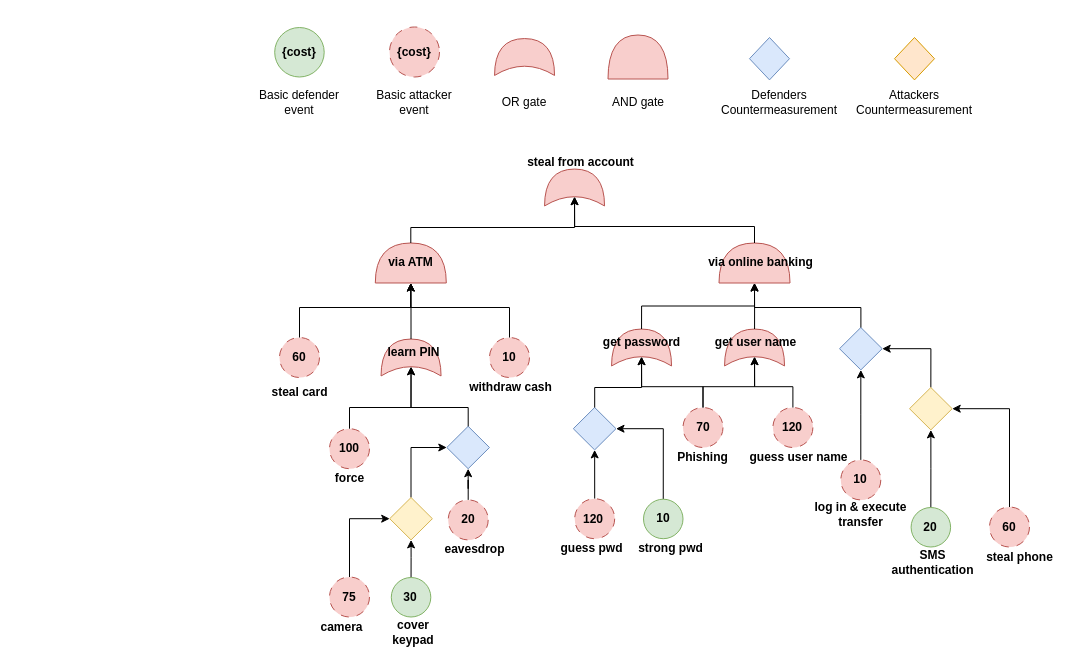
This is ComplexADT_Kordy.drawio from AplyQ8/SUBD, a draw.io file, before an edit. Source tidied: cells renumbered, new cells numbered last; positions are measured from the earlier drawing's top-left corner, leaving out a move shared by most shapes. Both pictures are drawn from the tidied source at 100%, with x=0, y=0 at pixel (237, 27).
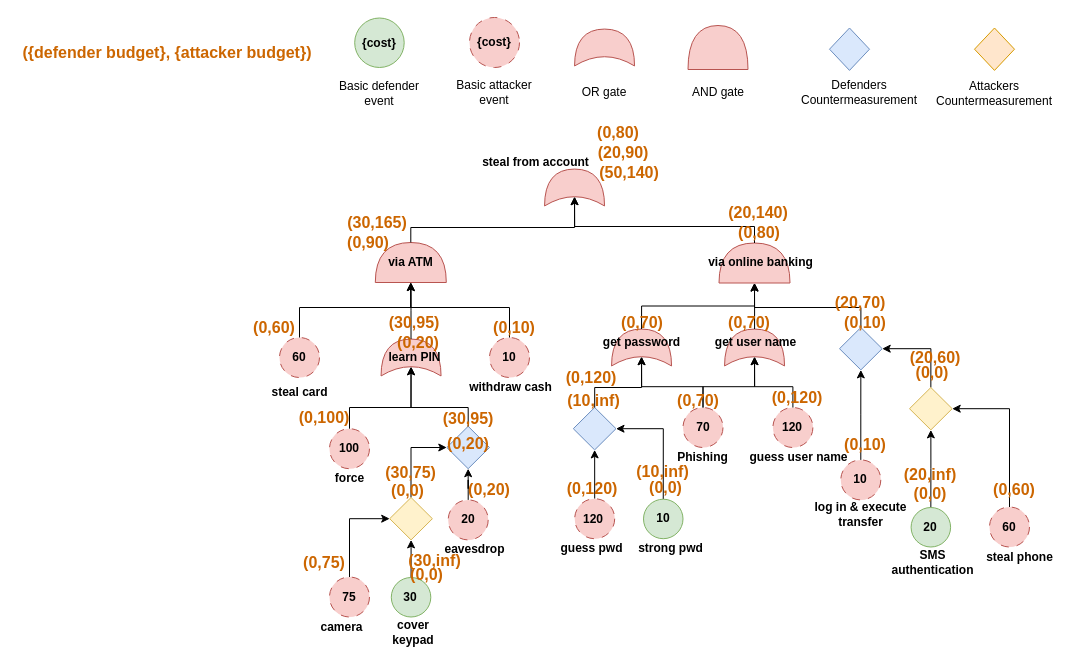
After the change.

What changed in the source:
```diff
@@
     <mxCell id="2" style="shape=or;whiteSpace=wrap;html=1;rotation=-90;fillColor=#f8cecc;strokeColor=#b85450;" parent="1" vertex="1">
-      <mxGeometry x="378.5" y="-0.5" width="44" height="60" as="geometry" />
+      <mxGeometry x="458.5" y="-10" width="44" height="60" as="geometry" />
     </mxCell>
     <mxCell id="3" style="shape=xor;whiteSpace=wrap;html=1;rotation=-90;fillColor=#f8cecc;strokeColor=#b85450;" parent="1" vertex="1">
-      <mxGeometry x="268.6" y="-0.5" width="36.9" height="60" as="geometry" />
+      <mxGeometry x="348.6" y="-10" width="36.9" height="60" as="geometry" />
     </mxCell>
     <mxCell id="4" style="ellipse;whiteSpace=wrap;html=1;fillColor=#f8cecc;strokeColor=#b85450;dashed=1;dashPattern=8 8;" parent="1" vertex="1">
-      <mxGeometry x="152" y="-0.5" width="50" height="50" as="geometry" />
+      <mxGeometry x="232" y="-10" width="50" height="50" as="geometry" />
     </mxCell>
     <mxCell id="5" value="Basic attacker event" style="text;html=1;align=center;verticalAlign=middle;whiteSpace=wrap;rounded=0;" parent="1" vertex="1">
-      <mxGeometry x="132" y="59.5" width="90" height="30" as="geometry" />
+      <mxGeometry x="212" y="50" width="90" height="30" as="geometry" />
     </mxCell>
     <mxCell id="6" value="OR gate" style="text;html=1;align=center;verticalAlign=middle;whiteSpace=wrap;rounded=0;" parent="1" vertex="1">
-      <mxGeometry x="242" y="59.5" width="90" height="30" as="geometry" />
+      <mxGeometry x="322" y="50" width="90" height="30" as="geometry" />
     </mxCell>
     <mxCell id="7" value="AND gate" style="text;html=1;align=center;verticalAlign=middle;whiteSpace=wrap;rounded=0;" parent="1" vertex="1">
-      <mxGeometry x="355.5" y="59.5" width="90" height="30" as="geometry" />
+      <mxGeometry x="435.5" y="50" width="90" height="30" as="geometry" />
     </mxCell>
     <mxCell id="8" style="rhombus;whiteSpace=wrap;html=1;fillColor=#dae8fc;strokeColor=#6c8ebf;" parent="1" vertex="1">
-      <mxGeometry x="512" y="10" width="40" height="42.4" as="geometry" />
+      <mxGeometry x="592" y="0.5" width="40" height="42.4" as="geometry" />
     </mxCell>
     <mxCell id="9" style="ellipse;whiteSpace=wrap;html=1;fillColor=#d5e8d4;strokeColor=#82b366;" parent="1" vertex="1">
-      <mxGeometry x="37.2" width="49.5" height="49.5" as="geometry" />
+      <mxGeometry x="117.2" y="-9.5" width="49.5" height="49.5" as="geometry" />
     </mxCell>
     <mxCell id="10" value="Basic defender event" style="text;html=1;align=center;verticalAlign=middle;whiteSpace=wrap;rounded=0;" parent="1" vertex="1">
-      <mxGeometry x="17" y="60" width="90" height="30" as="geometry" />
+      <mxGeometry x="97" y="50.5" width="90" height="30" as="geometry" />
     </mxCell>
     <mxCell id="11" value="Defenders Countermeasurement" style="text;html=1;align=center;verticalAlign=middle;whiteSpace=wrap;rounded=0;" parent="1" vertex="1">
-      <mxGeometry x="497" y="59.5" width="90" height="30" as="geometry" />
+      <mxGeometry x="577" y="50" width="90" height="30" as="geometry" />
     </mxCell>
@@
     <mxCell id="19" style="rhombus;whiteSpace=wrap;html=1;fillColor=#ffe6cc;strokeColor=#d79b00;" parent="1" vertex="1">
-      <mxGeometry x="657" y="10" width="40" height="42.4" as="geometry" />
+      <mxGeometry x="737" y="0.5" width="40" height="42.4" as="geometry" />
     </mxCell>
     <mxCell id="20" value="Attackers Countermeasurement" style="text;html=1;align=center;verticalAlign=middle;whiteSpace=wrap;rounded=0;" parent="1" vertex="1">
-      <mxGeometry x="632" y="60" width="90" height="30" as="geometry" />
+      <mxGeometry x="712" y="50.5" width="90" height="30" as="geometry" />
     </mxCell>
@@
     <mxCell id="30" style="shape=or;whiteSpace=wrap;html=1;rotation=-90;fillColor=#f8cecc;strokeColor=#b85450;" parent="1" vertex="1">
-      <mxGeometry x="153.3" y="200" width="40" height="71" as="geometry" />
+      <mxGeometry x="153.3" y="199.5" width="40" height="71" as="geometry" />
     </mxCell>
@@
     <mxCell id="62" value="&lt;b&gt;{cost}&lt;/b&gt;" style="text;html=1;align=center;verticalAlign=middle;whiteSpace=wrap;rounded=0;" parent="1" vertex="1">
-      <mxGeometry x="32" y="10" width="60" height="30" as="geometry" />
+      <mxGeometry x="112" y="0.5" width="60" height="30" as="geometry" />
     </mxCell>
     <mxCell id="63" value="&lt;b&gt;{cost}&lt;/b&gt;" style="text;html=1;align=center;verticalAlign=middle;whiteSpace=wrap;rounded=0;" parent="1" vertex="1">
-      <mxGeometry x="147" y="9.5" width="60" height="30" as="geometry" />
+      <mxGeometry x="227" width="60" height="30" as="geometry" />
     </mxCell>
@@
     <mxCell id="77" value="&lt;b&gt;steal from account&lt;/b&gt;" style="text;html=1;align=center;verticalAlign=middle;whiteSpace=wrap;rounded=0;" parent="1" vertex="1">
-      <mxGeometry x="281.1" y="120" width="124.9" height="30" as="geometry" />
+      <mxGeometry x="235.8" y="120" width="124.9" height="30" as="geometry" />
     </mxCell>
@@
     <mxCell id="79" value="&lt;b&gt;via ATM&lt;/b&gt;" style="text;html=1;align=center;verticalAlign=middle;whiteSpace=wrap;rounded=0;" parent="1" vertex="1">
-      <mxGeometry x="110.8" y="220" width="124.9" height="30" as="geometry" />
+      <mxGeometry x="110.8" y="219.5" width="124.9" height="30" as="geometry" />
     </mxCell>
     <mxCell id="80" value="&lt;b&gt;learn PIN&lt;/b&gt;" style="text;html=1;align=center;verticalAlign=middle;whiteSpace=wrap;rounded=0;" parent="1" vertex="1">
-      <mxGeometry x="114.5" y="310" width="124.9" height="30" as="geometry" />
+      <mxGeometry x="114.5" y="315" width="124.9" height="30" as="geometry" />
     </mxCell>
@@
+    <mxCell id="96" value="&lt;font style=&quot;font-size: 16px; color: rgb(204, 102, 0);&quot;&gt;&lt;b&gt;({defender budget}, {attacker budget})&lt;/b&gt;&lt;/font&gt;" style="text;html=1;align=center;verticalAlign=middle;whiteSpace=wrap;rounded=0;" parent="1" vertex="1">
+      <mxGeometry x="-220.5" y="10" width="300" height="30" as="geometry" />
+    </mxCell>
+    <mxCell id="97" value="&lt;font style=&quot;font-size: 16px; color: rgb(204, 102, 0);&quot;&gt;&lt;b&gt;(0,60)&lt;/b&gt;&lt;/font&gt;" style="text;html=1;align=center;verticalAlign=middle;whiteSpace=wrap;rounded=0;" parent="1" vertex="1">
+      <mxGeometry x="12" y="285" width="50" height="30" as="geometry" />
+    </mxCell>
+    <mxCell id="98" value="&lt;font style=&quot;font-size: 16px; color: rgb(204, 102, 0);&quot;&gt;&lt;b&gt;(0,100)&lt;/b&gt;&lt;/font&gt;" style="text;html=1;align=center;verticalAlign=middle;whiteSpace=wrap;rounded=0;" parent="1" vertex="1">
+      <mxGeometry x="62" y="375" width="50" height="30" as="geometry" />
+    </mxCell>
+    <mxCell id="99" value="&lt;font style=&quot;font-size: 16px; color: rgb(204, 102, 0);&quot;&gt;&lt;b&gt;(0,75)&lt;/b&gt;&lt;/font&gt;" style="text;html=1;align=center;verticalAlign=middle;whiteSpace=wrap;rounded=0;" parent="1" vertex="1">
+      <mxGeometry x="62" y="520" width="50" height="30" as="geometry" />
+    </mxCell>
+    <mxCell id="100" value="&lt;font style=&quot;font-size: 16px; color: rgb(204, 102, 0);&quot;&gt;&lt;b&gt;(0,0)&lt;/b&gt;&lt;/font&gt;" style="text;html=1;align=center;verticalAlign=middle;whiteSpace=wrap;rounded=0;" parent="1" vertex="1">
+      <mxGeometry x="166.9" y="540" width="45.1" height="14.8" as="geometry" />
+    </mxCell>
+    <mxCell id="101" value="&lt;font style=&quot;font-size: 16px; color: rgb(204, 102, 0);&quot;&gt;&lt;b&gt;(30,inf)&lt;/b&gt;&lt;/font&gt;" style="text;html=1;align=center;verticalAlign=middle;whiteSpace=wrap;rounded=0;" parent="1" vertex="1">
+      <mxGeometry x="174.5" y="525.2" width="45.1" height="14.8" as="geometry" />
+    </mxCell>
+    <mxCell id="102" value="&lt;font style=&quot;font-size: 16px; color: rgb(204, 102, 0);&quot;&gt;&lt;b&gt;(0,0)&lt;/b&gt;&lt;/font&gt;" style="text;html=1;align=center;verticalAlign=middle;whiteSpace=wrap;rounded=0;" parent="1" vertex="1">
+      <mxGeometry x="148.2" y="455.2" width="45.1" height="14.8" as="geometry" />
+    </mxCell>
+    <mxCell id="103" value="&lt;font style=&quot;font-size: 16px; color: rgb(204, 102, 0);&quot;&gt;&lt;b&gt;(30,75)&lt;/b&gt;&lt;/font&gt;" style="text;html=1;align=center;verticalAlign=middle;whiteSpace=wrap;rounded=0;" parent="1" vertex="1">
+      <mxGeometry x="151" y="437.4" width="45.1" height="14.8" as="geometry" />
+    </mxCell>
+    <mxCell id="104" value="&lt;font style=&quot;font-size: 16px; color: rgb(204, 102, 0);&quot;&gt;&lt;b&gt;(0,20)&lt;/b&gt;&lt;/font&gt;" style="text;html=1;align=center;verticalAlign=middle;whiteSpace=wrap;rounded=0;" parent="1" vertex="1">
+      <mxGeometry x="227" y="447.4" width="50" height="30" as="geometry" />
+    </mxCell>
+    <mxCell id="105" value="&lt;font style=&quot;font-size: 16px; color: rgb(204, 102, 0);&quot;&gt;&lt;b&gt;(0,20)&lt;/b&gt;&lt;/font&gt;" style="text;html=1;align=center;verticalAlign=middle;whiteSpace=wrap;rounded=0;" parent="1" vertex="1">
+      <mxGeometry x="205.7" y="401.2" width="50" height="30" as="geometry" />
+    </mxCell>
+    <mxCell id="106" value="&lt;font style=&quot;font-size: 16px; color: rgb(204, 102, 0);&quot;&gt;&lt;b&gt;(30,95)&lt;/b&gt;&lt;/font&gt;" style="text;html=1;align=center;verticalAlign=middle;whiteSpace=wrap;rounded=0;" parent="1" vertex="1">
+      <mxGeometry x="205.7" y="376.2" width="50" height="30" as="geometry" />
+    </mxCell>
+    <mxCell id="107" value="&lt;font style=&quot;font-size: 16px; color: rgb(204, 102, 0);&quot;&gt;&lt;b&gt;(0,10)&lt;/b&gt;&lt;/font&gt;" style="text;html=1;align=center;verticalAlign=middle;whiteSpace=wrap;rounded=0;" parent="1" vertex="1">
+      <mxGeometry x="252" y="285" width="50" height="30" as="geometry" />
+    </mxCell>
+    <mxCell id="108" value="&lt;font style=&quot;font-size: 16px; color: rgb(204, 102, 0);&quot;&gt;&lt;b&gt;(0,20)&lt;/b&gt;&lt;/font&gt;" style="text;html=1;align=center;verticalAlign=middle;whiteSpace=wrap;rounded=0;" parent="1" vertex="1">
+      <mxGeometry x="155.7" y="300" width="50" height="30" as="geometry" />
+    </mxCell>
+    <mxCell id="109" value="&lt;font style=&quot;font-size: 16px; color: rgb(204, 102, 0);&quot;&gt;&lt;b&gt;(30,95)&lt;/b&gt;&lt;/font&gt;" style="text;html=1;align=center;verticalAlign=middle;whiteSpace=wrap;rounded=0;" parent="1" vertex="1">
+      <mxGeometry x="152" y="280" width="50" height="30" as="geometry" />
+    </mxCell>
+    <mxCell id="110" value="&lt;font style=&quot;font-size: 16px; color: rgb(204, 102, 0);&quot;&gt;&lt;b&gt;(30,165)&lt;/b&gt;&lt;/font&gt;" style="text;html=1;align=center;verticalAlign=middle;whiteSpace=wrap;rounded=0;" parent="1" vertex="1">
+      <mxGeometry x="114.5" y="180" width="50" height="30" as="geometry" />
+    </mxCell>
+    <mxCell id="111" value="&lt;font style=&quot;font-size: 16px; color: rgb(204, 102, 0);&quot;&gt;&lt;b&gt;(0,90)&lt;/b&gt;&lt;/font&gt;" style="text;html=1;align=center;verticalAlign=middle;whiteSpace=wrap;rounded=0;" parent="1" vertex="1">
+      <mxGeometry x="105.7" y="199.5" width="50" height="30" as="geometry" />
+    </mxCell>
+    <mxCell id="112" value="&lt;font style=&quot;font-size: 16px; color: rgb(204, 102, 0);&quot;&gt;&lt;b&gt;(0,120)&lt;/b&gt;&lt;/font&gt;" style="text;html=1;align=center;verticalAlign=middle;whiteSpace=wrap;rounded=0;" parent="1" vertex="1">
+      <mxGeometry x="329.5" y="446.2" width="50" height="30" as="geometry" />
+    </mxCell>
+    <mxCell id="113" value="&lt;font style=&quot;font-size: 16px; color: rgb(204, 102, 0);&quot;&gt;&lt;b&gt;(0,0)&lt;/b&gt;&lt;/font&gt;" style="text;html=1;align=center;verticalAlign=middle;whiteSpace=wrap;rounded=0;" parent="1" vertex="1">
+      <mxGeometry x="406" y="452.6" width="45.1" height="14.8" as="geometry" />
+    </mxCell>
+    <mxCell id="114" value="&lt;font style=&quot;font-size: 16px; color: rgb(204, 102, 0);&quot;&gt;&lt;b&gt;(10,inf)&lt;/b&gt;&lt;/font&gt;" style="text;html=1;align=center;verticalAlign=middle;whiteSpace=wrap;rounded=0;" parent="1" vertex="1">
+      <mxGeometry x="403.2" y="436.2" width="45.1" height="14.8" as="geometry" />
+    </mxCell>
+    <mxCell id="115" value="&lt;font style=&quot;font-size: 16px; color: rgb(204, 102, 0);&quot;&gt;&lt;b&gt;(10,inf)&lt;/b&gt;&lt;/font&gt;" style="text;html=1;align=center;verticalAlign=middle;whiteSpace=wrap;rounded=0;" parent="1" vertex="1">
+      <mxGeometry x="334.4" y="365.2" width="45.1" height="14.8" as="geometry" />
+    </mxCell>
+    <mxCell id="116" value="&lt;font style=&quot;font-size: 16px; color: rgb(204, 102, 0);&quot;&gt;&lt;b&gt;(0,120)&lt;/b&gt;&lt;/font&gt;" style="text;html=1;align=center;verticalAlign=middle;whiteSpace=wrap;rounded=0;" parent="1" vertex="1">
+      <mxGeometry x="328.5" y="335.2" width="50" height="30" as="geometry" />
+    </mxCell>
+    <mxCell id="117" value="&lt;font style=&quot;font-size: 16px; color: rgb(204, 102, 0);&quot;&gt;&lt;b&gt;(0,70)&lt;/b&gt;&lt;/font&gt;" style="text;html=1;align=center;verticalAlign=middle;whiteSpace=wrap;rounded=0;" parent="1" vertex="1">
+      <mxGeometry x="435.5" y="357.6" width="50" height="30" as="geometry" />
+    </mxCell>
+    <mxCell id="118" value="&lt;font style=&quot;font-size: 16px; color: rgb(204, 102, 0);&quot;&gt;&lt;b&gt;(0,120)&lt;/b&gt;&lt;/font&gt;" style="text;html=1;align=center;verticalAlign=middle;whiteSpace=wrap;rounded=0;" parent="1" vertex="1">
+      <mxGeometry x="535.4" y="355" width="50" height="30" as="geometry" />
+    </mxCell>
+    <mxCell id="119" value="&lt;font style=&quot;font-size: 16px; color: rgb(204, 102, 0);&quot;&gt;&lt;b&gt;(0,70)&lt;/b&gt;&lt;/font&gt;" style="text;html=1;align=center;verticalAlign=middle;whiteSpace=wrap;rounded=0;" parent="1" vertex="1">
+      <mxGeometry x="379.5" y="280" width="50" height="30" as="geometry" />
+    </mxCell>
+    <mxCell id="120" value="&lt;font style=&quot;font-size: 16px; color: rgb(204, 102, 0);&quot;&gt;&lt;b&gt;(0,70)&lt;/b&gt;&lt;/font&gt;" style="text;html=1;align=center;verticalAlign=middle;whiteSpace=wrap;rounded=0;" parent="1" vertex="1">
+      <mxGeometry x="487" y="280" width="50" height="30" as="geometry" />
+    </mxCell>
+    <mxCell id="121" value="&lt;font style=&quot;font-size: 16px; color: rgb(204, 102, 0);&quot;&gt;&lt;b&gt;(0,0)&lt;/b&gt;&lt;/font&gt;" style="text;html=1;align=center;verticalAlign=middle;whiteSpace=wrap;rounded=0;" parent="1" vertex="1">
+      <mxGeometry x="668.3" y="450.9" width="50" height="30" as="geometry" />
+    </mxCell>
+    <mxCell id="122" value="&lt;font style=&quot;font-size: 16px; color: rgb(204, 102, 0);&quot;&gt;&lt;b&gt;(20,inf)&lt;/b&gt;&lt;/font&gt;" style="text;html=1;align=center;verticalAlign=middle;whiteSpace=wrap;rounded=0;" parent="1" vertex="1">
+      <mxGeometry x="668.3" y="432.4" width="50" height="30" as="geometry" />
+    </mxCell>
+    <mxCell id="123" value="&lt;font style=&quot;font-size: 16px; color: rgb(204, 102, 0);&quot;&gt;&lt;b&gt;(0,60)&lt;/b&gt;&lt;/font&gt;" style="text;html=1;align=center;verticalAlign=middle;whiteSpace=wrap;rounded=0;" parent="1" vertex="1">
+      <mxGeometry x="752" y="447.4" width="50" height="30" as="geometry" />
+    </mxCell>
+    <mxCell id="124" value="&lt;font style=&quot;font-size: 16px; color: rgb(204, 102, 0);&quot;&gt;&lt;b&gt;(0,0)&lt;/b&gt;&lt;/font&gt;" style="text;html=1;align=center;verticalAlign=middle;whiteSpace=wrap;rounded=0;" parent="1" vertex="1">
+      <mxGeometry x="670.2" y="330" width="50" height="30" as="geometry" />
+    </mxCell>
+    <mxCell id="125" value="&lt;font style=&quot;font-size: 16px; color: rgb(204, 102, 0);&quot;&gt;&lt;b&gt;(20,60)&lt;/b&gt;&lt;/font&gt;" style="text;html=1;align=center;verticalAlign=middle;whiteSpace=wrap;rounded=0;" parent="1" vertex="1">
+      <mxGeometry x="673.3" y="315" width="50" height="30" as="geometry" />
+    </mxCell>
+    <mxCell id="126" value="&lt;font style=&quot;font-size: 16px; color: rgb(204, 102, 0);&quot;&gt;&lt;b&gt;(0,10)&lt;/b&gt;&lt;/font&gt;" style="text;html=1;align=center;verticalAlign=middle;whiteSpace=wrap;rounded=0;" parent="1" vertex="1">
+      <mxGeometry x="603.3" y="402.4" width="50" height="30" as="geometry" />
+    </mxCell>
+    <mxCell id="127" value="&lt;font style=&quot;font-size: 16px; color: rgb(204, 102, 0);&quot;&gt;&lt;b&gt;(0,10)&lt;/b&gt;&lt;/font&gt;" style="text;html=1;align=center;verticalAlign=middle;whiteSpace=wrap;rounded=0;" parent="1" vertex="1">
+      <mxGeometry x="603.3" y="280" width="50" height="30" as="geometry" />
+    </mxCell>
+    <mxCell id="128" value="&lt;font style=&quot;font-size: 16px; color: rgb(204, 102, 0);&quot;&gt;&lt;b&gt;(20,70)&lt;/b&gt;&lt;/font&gt;" style="text;html=1;align=center;verticalAlign=middle;whiteSpace=wrap;rounded=0;" parent="1" vertex="1">
+      <mxGeometry x="598.3" y="260" width="50" height="30" as="geometry" />
+    </mxCell>
+    <mxCell id="129" value="&lt;font style=&quot;font-size: 16px; color: rgb(204, 102, 0);&quot;&gt;&lt;b&gt;(20,140)&lt;/b&gt;&lt;/font&gt;" style="text;html=1;align=center;verticalAlign=middle;whiteSpace=wrap;rounded=0;" parent="1" vertex="1">
+      <mxGeometry x="495.5" y="170" width="50" height="30" as="geometry" />
+    </mxCell>
+    <mxCell id="130" value="&lt;font style=&quot;font-size: 16px; color: rgb(204, 102, 0);&quot;&gt;&lt;b&gt;(0,80)&lt;/b&gt;&lt;/font&gt;" style="text;html=1;align=center;verticalAlign=middle;whiteSpace=wrap;rounded=0;" parent="1" vertex="1">
+      <mxGeometry x="497" y="189.5" width="50" height="30" as="geometry" />
+    </mxCell>
+    <mxCell id="131" value="&lt;font style=&quot;font-size: 16px; color: rgb(204, 102, 0);&quot;&gt;&lt;b&gt;(0,80)&lt;/b&gt;&lt;/font&gt;" style="text;html=1;align=center;verticalAlign=middle;whiteSpace=wrap;rounded=0;" parent="1" vertex="1">
+      <mxGeometry x="356" y="90" width="50" height="30" as="geometry" />
+    </mxCell>
+    <mxCell id="132" value="&lt;font style=&quot;font-size: 16px; color: rgb(204, 102, 0);&quot;&gt;&lt;b&gt;(20,90)&lt;/b&gt;&lt;/font&gt;" style="text;html=1;align=center;verticalAlign=middle;whiteSpace=wrap;rounded=0;" parent="1" vertex="1">
+      <mxGeometry x="360.7" y="110" width="50" height="30" as="geometry" />
+    </mxCell>
+    <mxCell id="133" value="&lt;font style=&quot;font-size: 16px; color: rgb(204, 102, 0);&quot;&gt;&lt;b&gt;(50,140)&lt;/b&gt;&lt;/font&gt;" style="text;html=1;align=center;verticalAlign=middle;whiteSpace=wrap;rounded=0;" parent="1" vertex="1">
+      <mxGeometry x="366.9" y="130" width="50" height="30" as="geometry" />
+    </mxCell>
```
